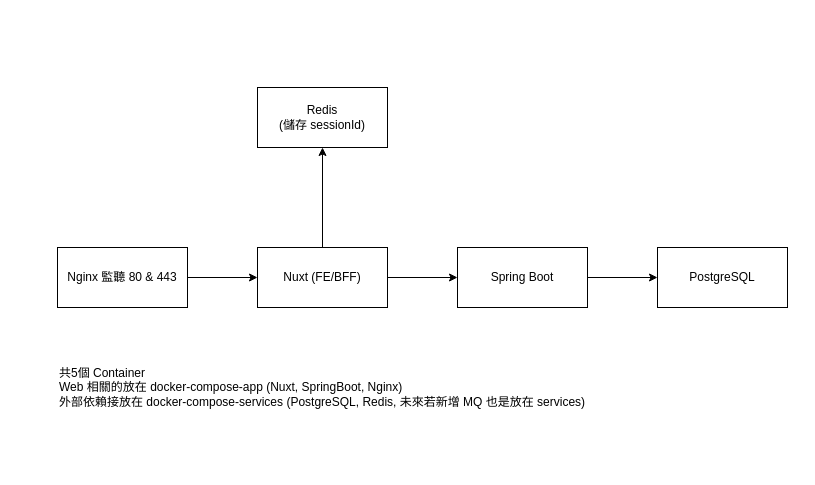
Before: docs/architecture/Docker.drawio in joeyliao127/Linknote, a draw.io diagram. Source tidied: cells renumbered, new cells numbered last; positions are measured from the earlier drawing's top-left corner, leaving out a move shared by most shapes. Both pictures are drawn from the tidied source at 100%, with x=0, y=0 at pixel (57, 87).
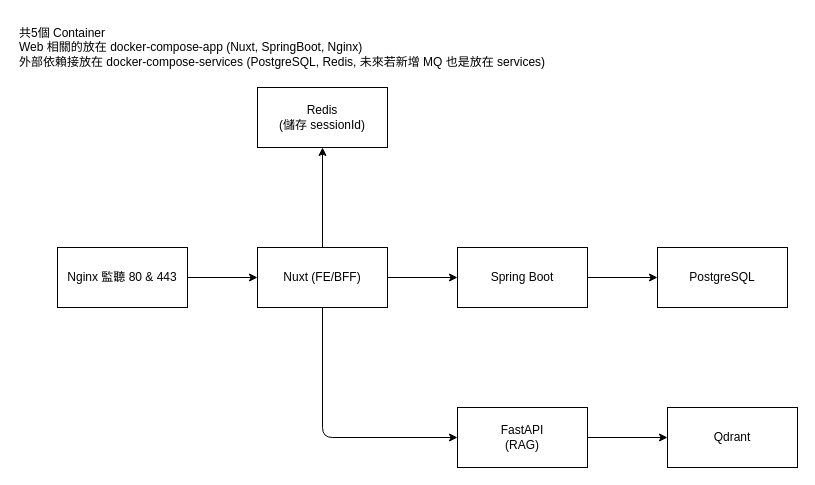
The same page after the edit.

Commit message (it also covers changes not shown here):
docs: update Docker architechture and add RAG sequential diagram

The edit, as a diff of the source:
```diff
@@
 <mxGraphModel>
   <root>
     <mxCell id="0" />
     <mxCell id="1" parent="0" />
     <mxCell id="2" style="edgeStyle=none;html=1;" parent="1" edge="1" source="3" target="6">
       <mxGeometry relative="1" as="geometry" />
     </mxCell>
     <mxCell id="3" value="Nginx 監聽 80 &amp;amp; 443" style="rounded=0;whiteSpace=wrap;html=1;" parent="1" vertex="1">
       <mxGeometry y="160" width="130" height="60" as="geometry" />
     </mxCell>
     <mxCell id="4" style="edgeStyle=none;html=1;" parent="1" edge="1" source="6" target="8">
       <mxGeometry relative="1" as="geometry" />
     </mxCell>
     <mxCell id="5" style="edgeStyle=none;html=1;" parent="1" edge="1" source="6" target="10">
       <mxGeometry relative="1" as="geometry" />
     </mxCell>
+    <mxCell id="12" style="edgeStyle=none;html=1;entryX=0;entryY=0.5;entryDx=0;entryDy=0;" parent="1" edge="1" source="6" target="14">
+      <mxGeometry relative="1" as="geometry">
+        <Array as="points">
+          <mxPoint x="265" y="350" />
+        </Array>
+      </mxGeometry>
+    </mxCell>
     <mxCell id="6" value="Nuxt (FE/BFF)" style="rounded=0;whiteSpace=wrap;html=1;" parent="1" vertex="1">
       <mxGeometry x="200" y="160" width="130" height="60" as="geometry" />
     </mxCell>
     <mxCell id="7" style="edgeStyle=none;html=1;" parent="1" edge="1" source="8" target="9">
       <mxGeometry relative="1" as="geometry" />
     </mxCell>
     <mxCell id="8" value="Spring Boot" style="rounded=0;whiteSpace=wrap;html=1;" parent="1" vertex="1">
       <mxGeometry x="400" y="160" width="130" height="60" as="geometry" />
     </mxCell>
     <mxCell id="9" value="PostgreSQL" style="rounded=0;whiteSpace=wrap;html=1;" parent="1" vertex="1">
       <mxGeometry x="600" y="160" width="130" height="60" as="geometry" />
     </mxCell>
     <mxCell id="10" value="Redis&lt;br&gt;(儲存 sessionId)" style="rounded=0;whiteSpace=wrap;html=1;" parent="1" vertex="1">
       <mxGeometry x="200" width="130" height="60" as="geometry" />
     </mxCell>
     <mxCell id="11" value="共5個 Container&lt;br&gt;Web 相關的放在 docker-compose-app (Nuxt, SpringBoot, Nginx)&lt;br&gt;外部依賴接放在 docker-compose-services (PostgreSQL, Redis, 未來若新增 MQ 也是放在 services)" style="text;html=1;align=left;verticalAlign=middle;strokeColor=none;fillColor=none;" parent="1" vertex="1">
-      <mxGeometry y="270" width="550" height="60" as="geometry" />
+      <mxGeometry x="-40" y="-70" width="550" height="60" as="geometry" />
     </mxCell>
+    <mxCell id="13" style="edgeStyle=none;html=1;" parent="1" edge="1" source="14" target="15">
+      <mxGeometry relative="1" as="geometry" />
+    </mxCell>
+    <mxCell id="14" value="FastAPI&lt;div&gt;(RAG)&lt;/div&gt;" style="rounded=0;whiteSpace=wrap;html=1;" parent="1" vertex="1">
+      <mxGeometry x="400" y="320" width="130" height="60" as="geometry" />
+    </mxCell>
+    <mxCell id="15" value="Qdrant" style="rounded=0;whiteSpace=wrap;html=1;" parent="1" vertex="1">
+      <mxGeometry x="610" y="320" width="130" height="60" as="geometry" />
+    </mxCell>
   </root>
 </mxGraphModel>
```
